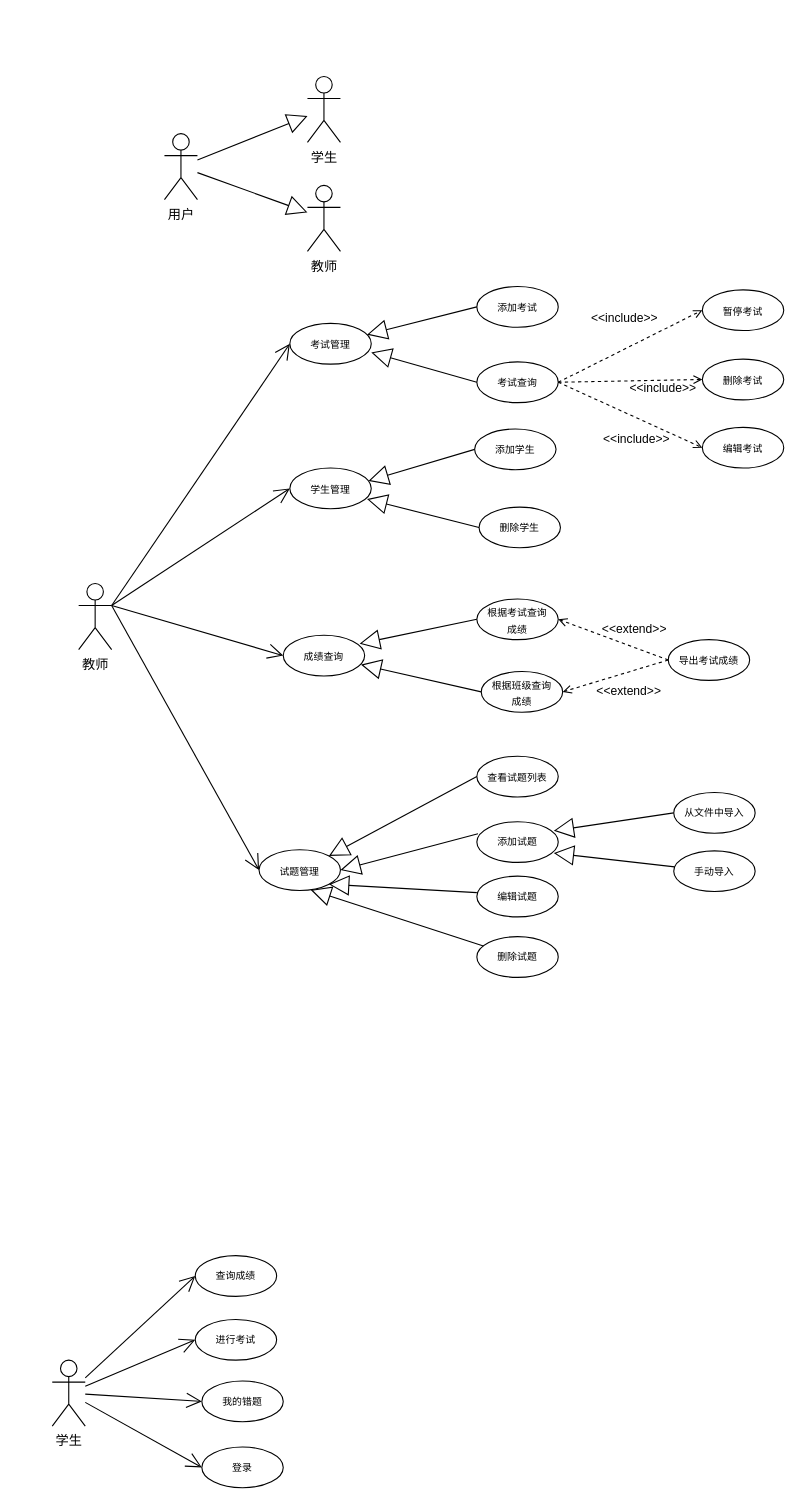
The draw.io diagram 软工用例图.drawio in Wishlove09/drawio, before the edit. Source tidied: cells renumbered, new cells numbered last; positions are measured from the earlier drawing's top-left corner, leaving out a move shared by most shapes. Both pictures are drawn from the tidied source at 110%, with x=0, y=0 at pixel (52, 76).
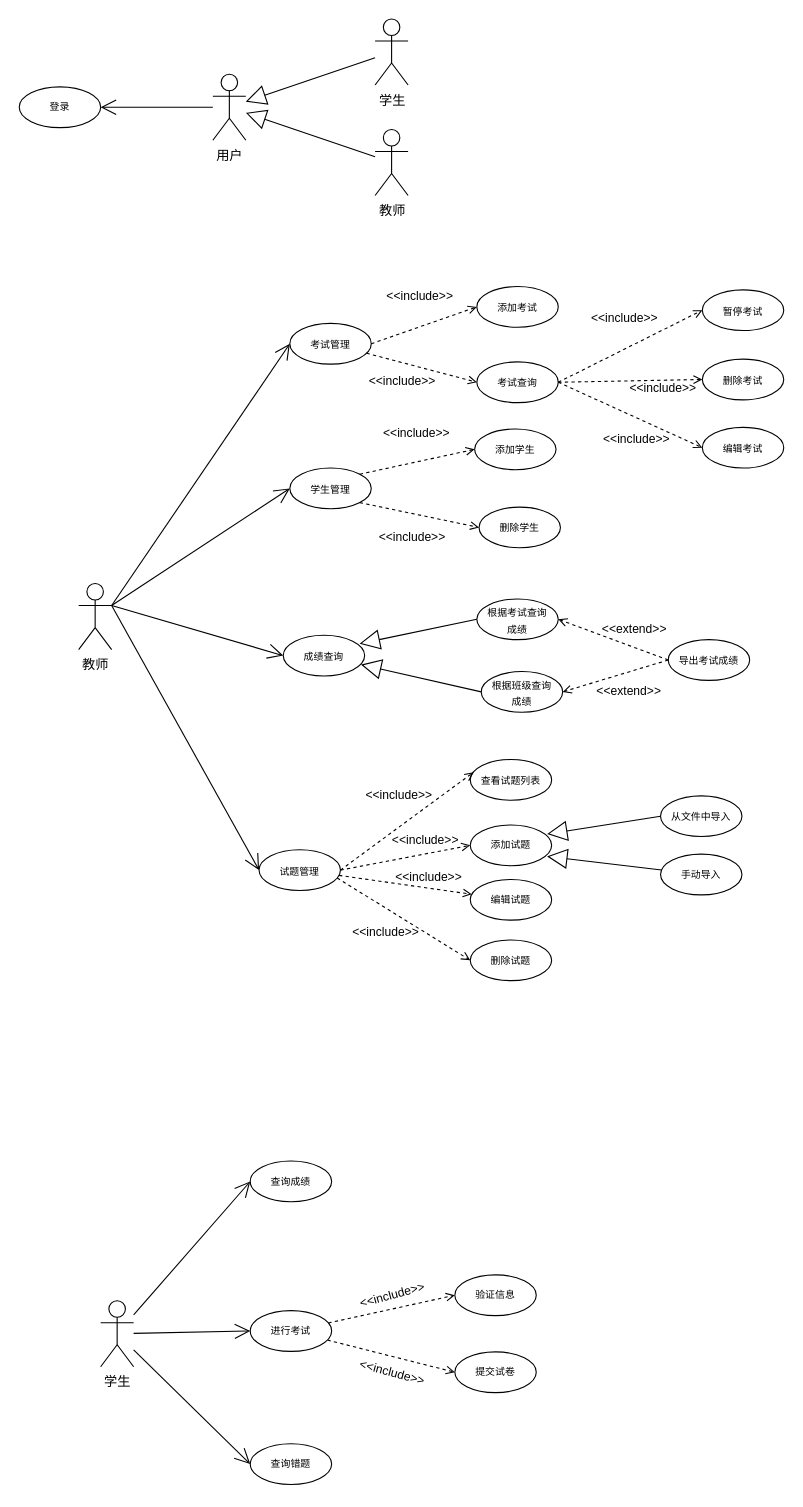
The same diagram, later.

Commit message:
更新软工用例图.drawio

The change refers to these unchanged cells:
```xml
<mxCell id="8" value="&lt;font style=&quot;font-size: 9px;&quot;&gt;考试管理&lt;/font&gt;" style="ellipse;whiteSpace=wrap;html=1;" parent="1" vertex="1">
  <mxGeometry x="216" y="224.5" width="74" height="37" as="geometry" />
</mxCell>
<mxCell id="10" value="&lt;font style=&quot;font-size: 9px;&quot;&gt;学生管理&lt;/font&gt;" style="ellipse;whiteSpace=wrap;html=1;" parent="1" vertex="1">
  <mxGeometry x="216" y="356" width="74" height="37" as="geometry" />
</mxCell>
<mxCell id="12" value="&lt;font style=&quot;font-size: 9px;&quot;&gt;试题管理&lt;/font&gt;" style="ellipse;whiteSpace=wrap;html=1;" parent="1" vertex="1">
  <mxGeometry x="188" y="703" width="74" height="37" as="geometry" />
</mxCell>
<mxCell id="16" value="&lt;font style=&quot;font-size: 9px;&quot;&gt;添加考试&lt;/font&gt;" style="ellipse;whiteSpace=wrap;html=1;" parent="1" vertex="1">
  <mxGeometry x="386" y="191" width="74" height="37" as="geometry" />
</mxCell>
<mxCell id="17" value="&lt;font style=&quot;font-size: 9px;&quot;&gt;考试查询&lt;/font&gt;" style="ellipse;whiteSpace=wrap;html=1;" parent="1" vertex="1">
  <mxGeometry x="386" y="259.5" width="74" height="37" as="geometry" />
</mxCell>
<mxCell id="22" value="&lt;font style=&quot;font-size: 9px;&quot;&gt;添加学生&lt;/font&gt;" style="ellipse;whiteSpace=wrap;html=1;" parent="1" vertex="1">
  <mxGeometry x="384" y="320.5" width="74" height="37" as="geometry" />
</mxCell>
<mxCell id="23" value="&lt;font style=&quot;font-size: 9px;&quot;&gt;删除学生&lt;/font&gt;" style="ellipse;whiteSpace=wrap;html=1;" parent="1" vertex="1">
  <mxGeometry x="388" y="391.5" width="74" height="37" as="geometry" />
</mxCell>
```

Diff of the diagram source:
```diff
@@
     <mxCell id="2" value="学生" style="shape=umlActor;verticalLabelPosition=bottom;verticalAlign=top;html=1;" parent="1" vertex="1">
-      <mxGeometry x="232" width="30" height="60" as="geometry" />
+      <mxGeometry x="293.5" y="-52.2" width="30" height="60" as="geometry" />
     </mxCell>
+    <mxCell id="59" style="rounded=0;jettySize=auto;html=1;endArrow=open;endFill=1;endSize=12;" parent="1" edge="1" source="3" target="57">
+      <mxGeometry relative="1" as="geometry" />
+    </mxCell>
     <mxCell id="3" value="用户" style="shape=umlActor;verticalLabelPosition=bottom;verticalAlign=top;html=1;" parent="1" vertex="1">
-      <mxGeometry x="102" y="52" width="30" height="60" as="geometry" />
+      <mxGeometry x="146" y="-2" width="30" height="60" as="geometry" />
     </mxCell>
     <mxCell id="4" value="教师" style="shape=umlActor;verticalLabelPosition=bottom;verticalAlign=top;html=1;" parent="1" vertex="1">
-      <mxGeometry x="232" y="99" width="30" height="60" as="geometry" />
+      <mxGeometry x="293.5" y="48.2" width="30" height="60" as="geometry" />
     </mxCell>
-    <mxCell id="5" style="endArrow=block;endSize=16;endFill=0;html=1;rounded=0;" parent="1" edge="1" source="3" target="2">
-      <mxGeometry relative="1" as="geometry" />
-    </mxCell>
-    <mxCell id="6" style="endArrow=block;endSize=16;endFill=0;html=1;rounded=0;" parent="1" edge="1" source="3" target="4">
-      <mxGeometry relative="1" as="geometry" />
-    </mxCell>
@@
     <mxCell id="30" value="&lt;font style=&quot;font-size: 9px;&quot;&gt;查看试题列表&lt;/font&gt;" style="ellipse;whiteSpace=wrap;html=1;" parent="1" vertex="1">
-      <mxGeometry x="386" y="618" width="74" height="37" as="geometry" />
+      <mxGeometry x="380" y="621" width="74" height="37" as="geometry" />
     </mxCell>
     <mxCell id="31" value="&lt;font style=&quot;font-size: 9px;&quot;&gt;添加试题&lt;/font&gt;" style="ellipse;whiteSpace=wrap;html=1;fontSize=9;" parent="1" vertex="1">
-      <mxGeometry x="386" y="677.5" width="74" height="37" as="geometry" />
+      <mxGeometry x="380" y="680.5" width="74" height="37" as="geometry" />
     </mxCell>
-    <mxCell id="32" style="endArrow=block;endSize=16;endFill=0;html=1;rounded=0;exitX=0;exitY=0.5;exitDx=0;exitDy=0;entryX=0.948;entryY=0.763;entryDx=0;entryDy=0;entryPerimeter=0;" parent="1" edge="1" source="23" target="10">
-      <mxGeometry relative="1" as="geometry" />
-    </mxCell>
-    <mxCell id="33" style="endArrow=block;endSize=16;endFill=0;html=1;rounded=0;exitX=0;exitY=0.5;exitDx=0;exitDy=0;entryX=0.965;entryY=0.317;entryDx=0;entryDy=0;entryPerimeter=0;" parent="1" edge="1" source="22" target="10">
-      <mxGeometry relative="1" as="geometry" />
-    </mxCell>
-    <mxCell id="34" style="endArrow=block;endSize=16;endFill=0;html=1;rounded=0;exitX=0;exitY=0.5;exitDx=0;exitDy=0;" parent="1" edge="1" source="16" target="8">
-      <mxGeometry relative="1" as="geometry" />
-    </mxCell>
-    <mxCell id="35" style="endArrow=block;endSize=16;endFill=0;html=1;rounded=0;exitX=0;exitY=0.5;exitDx=0;exitDy=0;entryX=1;entryY=0.713;entryDx=0;entryDy=0;entryPerimeter=0;" parent="1" edge="1" source="17" target="8">
-      <mxGeometry relative="1" as="geometry" />
-    </mxCell>
@@
-    <mxCell id="38" style="endArrow=block;endSize=16;endFill=0;html=1;rounded=0;exitX=0;exitY=0.5;exitDx=0;exitDy=0;entryX=1;entryY=0;entryDx=0;entryDy=0;" parent="1" edge="1" source="30" target="12">
-      <mxGeometry relative="1" as="geometry" />
-    </mxCell>
-    <mxCell id="39" style="endArrow=block;endSize=16;endFill=0;html=1;rounded=0;exitX=0.014;exitY=0.297;exitDx=0;exitDy=0;entryX=1;entryY=0.5;entryDx=0;entryDy=0;exitPerimeter=0;" parent="1" edge="1" source="31" target="12">
-      <mxGeometry relative="1" as="geometry" />
-    </mxCell>
     <mxCell id="40" value="编辑试题" style="ellipse;whiteSpace=wrap;html=1;fontSize=9;" parent="1" vertex="1">
-      <mxGeometry x="386" y="727" width="74" height="37" as="geometry" />
+      <mxGeometry x="380" y="730" width="74" height="37" as="geometry" />
     </mxCell>
-    <mxCell id="41" style="endArrow=block;endSize=16;endFill=0;html=1;rounded=0;exitX=0;exitY=0.405;exitDx=0;exitDy=0;entryX=1;entryY=1;entryDx=0;entryDy=0;exitPerimeter=0;" parent="1" edge="1" source="40" target="12">
-      <mxGeometry relative="1" as="geometry" />
-    </mxCell>
@@
     <mxCell id="43" value="&lt;font style=&quot;font-size: 9px;&quot;&gt;从文件中导入&lt;br&gt;&lt;/font&gt;" style="ellipse;whiteSpace=wrap;html=1;fontSize=9;" parent="1" vertex="1">
-      <mxGeometry x="565" y="651" width="74" height="37" as="geometry" />
+      <mxGeometry x="553" y="654" width="74" height="37" as="geometry" />
     </mxCell>
@@
     <mxCell id="45" value="&lt;font style=&quot;font-size: 9px;&quot;&gt;手动导入&lt;br&gt;&lt;/font&gt;" style="ellipse;whiteSpace=wrap;html=1;fontSize=9;" parent="1" vertex="1">
-      <mxGeometry x="565" y="704" width="74" height="37" as="geometry" />
+      <mxGeometry x="553" y="707" width="74" height="37" as="geometry" />
     </mxCell>
@@
     <mxCell id="48" value="删除试题" style="ellipse;whiteSpace=wrap;html=1;fontSize=9;" parent="1" vertex="1">
-      <mxGeometry x="386" y="782" width="74" height="37" as="geometry" />
+      <mxGeometry x="380" y="785" width="74" height="37" as="geometry" />
     </mxCell>
-    <mxCell id="49" style="edgeStyle=none;shape=connector;rounded=0;jettySize=auto;html=1;entryX=0.635;entryY=0.986;entryDx=0;entryDy=0;entryPerimeter=0;labelBackgroundColor=default;strokeColor=default;align=center;verticalAlign=middle;fontFamily=Helvetica;fontSize=11;fontColor=default;endArrow=block;endFill=0;endSize=16;" parent="1" edge="1" source="48" target="12">
-      <mxGeometry relative="1" as="geometry" />
-    </mxCell>
@@
     <mxCell id="53" value="学生" style="shape=umlActor;verticalLabelPosition=bottom;verticalAlign=top;html=1;" parent="1" vertex="1">
-      <mxGeometry y="1167" width="30" height="60" as="geometry" />
+      <mxGeometry x="44" y="1113" width="30" height="60" as="geometry" />
     </mxCell>
     <mxCell id="54" value="查询成绩" style="ellipse;whiteSpace=wrap;html=1;fontSize=9;" parent="1" vertex="1">
-      <mxGeometry x="130" y="1072" width="74" height="37" as="geometry" />
+      <mxGeometry x="180" y="986" width="74" height="37" as="geometry" />
     </mxCell>
+    <mxCell id="60" style="edgeStyle=none;shape=connector;rounded=0;jettySize=auto;html=1;entryX=0;entryY=0.5;entryDx=0;entryDy=0;dashed=1;labelBackgroundColor=none;strokeColor=default;align=center;verticalAlign=bottom;fontFamily=Helvetica;fontSize=11;fontColor=default;endArrow=open;endFill=0;" parent="1" edge="1" source="55" target="70">
+      <mxGeometry relative="1" as="geometry" />
+    </mxCell>
+    <mxCell id="61" style="edgeStyle=none;shape=connector;rounded=0;jettySize=auto;html=1;entryX=0;entryY=0.5;entryDx=0;entryDy=0;dashed=1;labelBackgroundColor=none;strokeColor=default;align=center;verticalAlign=bottom;fontFamily=Helvetica;fontSize=11;fontColor=default;endArrow=open;endFill=0;" parent="1" edge="1" source="55" target="72">
+      <mxGeometry relative="1" as="geometry" />
+    </mxCell>
     <mxCell id="55" value="进行考试" style="ellipse;whiteSpace=wrap;html=1;fontSize=9;" parent="1" vertex="1">
-      <mxGeometry x="130" y="1130" width="74" height="37" as="geometry" />
+      <mxGeometry x="180" y="1122" width="74" height="37" as="geometry" />
     </mxCell>
-    <mxCell id="56" value="我的错题" style="ellipse;whiteSpace=wrap;html=1;fontSize=9;" parent="1" vertex="1">
-      <mxGeometry x="136" y="1186" width="74" height="37" as="geometry" />
+    <mxCell id="56" value="查询错题" style="ellipse;whiteSpace=wrap;html=1;fontSize=9;" parent="1" vertex="1">
+      <mxGeometry x="180" y="1243" width="74" height="37" as="geometry" />
     </mxCell>
     <mxCell id="57" value="登录" style="ellipse;whiteSpace=wrap;html=1;fontSize=9;" parent="1" vertex="1">
-      <mxGeometry x="136" y="1246" width="74" height="37" as="geometry" />
+      <mxGeometry x="-30" y="9.5" width="74" height="37" as="geometry" />
     </mxCell>
-    <mxCell id="58" style="edgeStyle=none;shape=connector;rounded=0;jettySize=auto;html=1;entryX=0;entryY=0.5;entryDx=0;entryDy=0;labelBackgroundColor=default;strokeColor=default;align=center;verticalAlign=middle;fontFamily=Helvetica;fontSize=11;fontColor=default;endArrow=open;endFill=1;endSize=12;" parent="1" edge="1" source="53" target="57">
-      <mxGeometry relative="1" as="geometry" />
-    </mxCell>
+    <mxCell id="62" value="&amp;lt;&amp;lt;include&amp;gt;&amp;gt;" style="html=1;verticalAlign=bottom;labelBackgroundColor=none;endArrow=open;endFill=0;dashed=1;rounded=0;exitX=1;exitY=0.5;exitDx=0;exitDy=0;entryX=0;entryY=0.5;entryDx=0;entryDy=0;" parent="1" edge="1" source="8" target="16">
+      <mxGeometry x="0.04" y="17" relative="1" as="geometry" />
+    </mxCell>
+    <mxCell id="63" value="&amp;lt;&amp;lt;include&amp;gt;&amp;gt;" style="html=1;verticalAlign=bottom;labelBackgroundColor=none;endArrow=open;endFill=0;dashed=1;rounded=0;entryX=0;entryY=0.5;entryDx=0;entryDy=0;" parent="1" edge="1" source="8" target="17">
+      <mxGeometry x="-0.23" y="-25" relative="1" as="geometry" />
+    </mxCell>
+    <mxCell id="64" value="&amp;lt;&amp;lt;include&amp;gt;&amp;gt;" style="html=1;verticalAlign=bottom;labelBackgroundColor=none;endArrow=open;endFill=0;dashed=1;rounded=0;exitX=1;exitY=0;exitDx=0;exitDy=0;entryX=0;entryY=0.5;entryDx=0;entryDy=0;" parent="1" edge="1" source="10" target="22">
+      <mxGeometry x="0.04" y="17" relative="1" as="geometry" />
+    </mxCell>
+    <mxCell id="65" value="&amp;lt;&amp;lt;include&amp;gt;&amp;gt;" style="html=1;verticalAlign=bottom;labelBackgroundColor=none;endArrow=open;endFill=0;dashed=1;rounded=0;entryX=0;entryY=0.5;entryDx=0;entryDy=0;exitX=1;exitY=1;exitDx=0;exitDy=0;" parent="1" edge="1" source="10" target="23">
+      <mxGeometry y="-30" relative="1" as="geometry" />
+    </mxCell>
+    <mxCell id="66" value="&amp;lt;&amp;lt;include&amp;gt;&amp;gt;" style="html=1;verticalAlign=bottom;labelBackgroundColor=none;endArrow=open;endFill=0;dashed=1;rounded=0;exitX=1;exitY=0.5;exitDx=0;exitDy=0;entryX=0.041;entryY=0.312;entryDx=0;entryDy=0;entryPerimeter=0;" parent="1" edge="1" source="12" target="30">
+      <mxGeometry x="0.04" y="17" relative="1" as="geometry" />
+    </mxCell>
+    <mxCell id="67" value="&amp;lt;&amp;lt;include&amp;gt;&amp;gt;" style="html=1;verticalAlign=bottom;labelBackgroundColor=none;endArrow=open;endFill=0;dashed=1;rounded=0;entryX=0;entryY=0.5;entryDx=0;entryDy=0;exitX=1;exitY=0.5;exitDx=0;exitDy=0;" parent="1" edge="1" source="12" target="31">
+      <mxGeometry x="0.32" y="4" relative="1" as="geometry" />
+    </mxCell>
+    <mxCell id="68" value="&amp;lt;&amp;lt;include&amp;gt;&amp;gt;" style="html=1;verticalAlign=bottom;labelBackgroundColor=none;endArrow=open;endFill=0;dashed=1;rounded=0;" parent="1" edge="1" source="12" target="40">
+      <mxGeometry x="0.35" y="1" relative="1" as="geometry" />
+    </mxCell>
+    <mxCell id="69" value="&amp;lt;&amp;lt;include&amp;gt;&amp;gt;" style="html=1;verticalAlign=bottom;labelBackgroundColor=none;endArrow=open;endFill=0;dashed=1;rounded=0;exitX=0.96;exitY=0.695;exitDx=0;exitDy=0;exitPerimeter=0;entryX=0;entryY=0.5;entryDx=0;entryDy=0;" parent="1" edge="1" source="12" target="48">
+      <mxGeometry x="-0.04" y="-27" relative="1" as="geometry" />
+    </mxCell>
+    <mxCell id="70" value="验证信息" style="ellipse;whiteSpace=wrap;html=1;fontSize=9;" parent="1" vertex="1">
+      <mxGeometry x="366" y="1089.5" width="74" height="37" as="geometry" />
+    </mxCell>
+    <mxCell id="71" value="&amp;lt;&amp;lt;include&amp;gt;&amp;gt;" style="text;html=1;align=center;verticalAlign=middle;strokeColor=none;fillColor=none;fontSize=11;fontFamily=Helvetica;fontColor=default;rotation=-15;" parent="1" vertex="1">
+      <mxGeometry x="269" y="1095.5" width="79" height="25" as="geometry" />
+    </mxCell>
+    <mxCell id="72" value="提交试卷" style="ellipse;whiteSpace=wrap;html=1;fontSize=9;" parent="1" vertex="1">
+      <mxGeometry x="366" y="1159.5" width="74" height="37" as="geometry" />
+    </mxCell>
+    <mxCell id="73" value="&amp;lt;&amp;lt;include&amp;gt;&amp;gt;" style="text;html=1;align=center;verticalAlign=middle;strokeColor=none;fillColor=none;fontSize=11;fontFamily=Helvetica;fontColor=default;rotation=15;" parent="1" vertex="1">
+      <mxGeometry x="269" y="1165.5" width="79" height="25" as="geometry" />
+    </mxCell>
+    <mxCell id="74" style="endArrow=block;endSize=16;endFill=0;html=1;rounded=0;" parent="1" edge="1" source="2" target="3">
+      <mxGeometry relative="1" as="geometry" />
+    </mxCell>
+    <mxCell id="75" style="endArrow=block;endSize=16;endFill=0;html=1;rounded=0;" parent="1" edge="1" source="4" target="3">
+      <mxGeometry relative="1" as="geometry" />
+    </mxCell>
```
